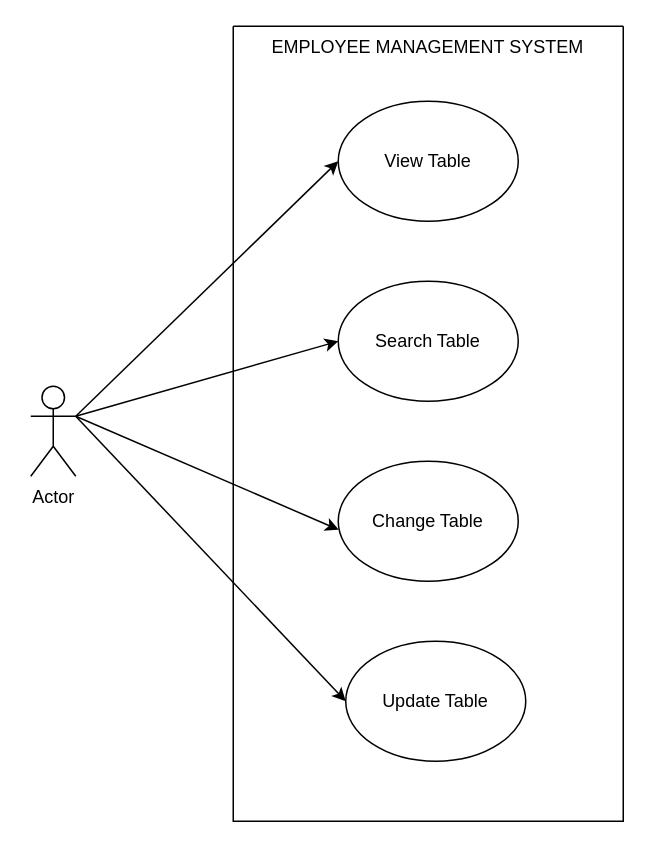
Earlier version of the draw.io diagram Diagram/UseCase.drawio (linnypham/CSC3350_project). Source tidied: cells renumbered, new cells numbered last; positions are measured from the earlier drawing's top-left corner, leaving out a move shared by most shapes. Both pictures are drawn from the tidied source at 150%, with x=0, y=0 at pixel (30, 26).
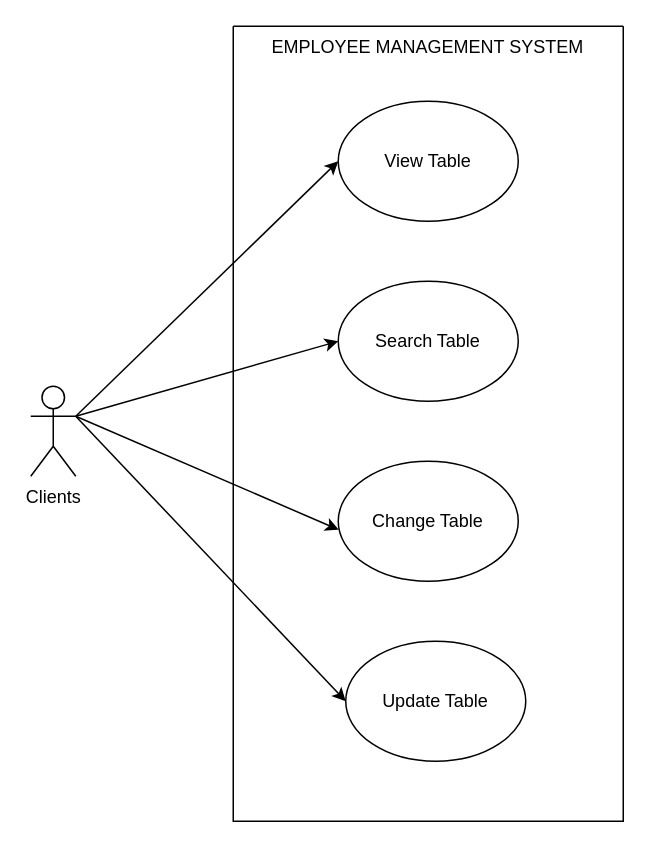
Above is the later version.

Diff of the diagram source:
```diff
@@
 <mxGraphModel>
   <root>
     <mxCell id="0" />
     <mxCell id="1" parent="0" />
-    <mxCell id="2" value="Actor" style="shape=umlActor;verticalLabelPosition=bottom;verticalAlign=top;html=1;outlineConnect=0;" parent="1" vertex="1">
+    <mxCell id="2" value="Clients" style="shape=umlActor;verticalLabelPosition=bottom;verticalAlign=top;html=1;outlineConnect=0;" parent="1" vertex="1">
       <mxGeometry y="240" width="30" height="60" as="geometry" />
     </mxCell>
     <mxCell id="3" style="swimlane;startSize=0;" parent="1" vertex="1">
       <mxGeometry x="135" width="260" height="530" as="geometry" />
     </mxCell>
     <mxCell id="4" value="EMPLOYEE MANAGEMENT SYSTEM" style="text;strokeColor=none;fillColor=none;align=left;verticalAlign=top;spacingLeft=4;spacingRight=4;overflow=hidden;whiteSpace=wrap;html=1;" parent="3" vertex="1">
       <mxGeometry x="20" width="220" height="26" as="geometry" />
     </mxCell>
     <mxCell id="5" value="View Table" style="ellipse;whiteSpace=wrap;html=1;" parent="3" vertex="1">
       <mxGeometry x="70" y="50" width="120" height="80" as="geometry" />
     </mxCell>
     <mxCell id="6" value="Search Table" style="ellipse;whiteSpace=wrap;html=1;" parent="3" vertex="1">
       <mxGeometry x="70" y="170" width="120" height="80" as="geometry" />
     </mxCell>
     <mxCell id="7" value="Change Table" style="ellipse;whiteSpace=wrap;html=1;" parent="3" vertex="1">
       <mxGeometry x="70" y="290" width="120" height="80" as="geometry" />
     </mxCell>
     <mxCell id="8" value="Update Table" style="ellipse;whiteSpace=wrap;html=1;" parent="3" vertex="1">
       <mxGeometry x="75" y="410" width="120" height="80" as="geometry" />
     </mxCell>
     <mxCell id="9" style="endArrow=classic;html=1;rounded=0;exitX=1;exitY=0.3333333333333333;exitDx=0;exitDy=0;exitPerimeter=0;entryX=0;entryY=0.5;entryDx=0;entryDy=0;" parent="1" edge="1" source="2" target="5">
       <mxGeometry relative="1" as="geometry" />
     </mxCell>
     <mxCell id="10" style="endArrow=classic;html=1;rounded=0;entryX=0;entryY=0.5;entryDx=0;entryDy=0;" parent="1" edge="1" target="6">
       <mxGeometry relative="1" as="geometry">
         <mxPoint x="30" y="260" as="sourcePoint" />
       </mxGeometry>
     </mxCell>
     <mxCell id="11" style="endArrow=classic;html=1;rounded=0;entryX=0.003;entryY=0.571;entryDx=0;entryDy=0;exitX=1;exitY=0.3333333333333333;exitDx=0;exitDy=0;exitPerimeter=0;entryPerimeter=0;" parent="1" edge="1" source="2" target="7">
       <mxGeometry relative="1" as="geometry" />
     </mxCell>
     <mxCell id="12" style="endArrow=classic;html=1;rounded=0;entryX=0;entryY=0.5;entryDx=0;entryDy=0;" parent="1" edge="1" target="8">
       <mxGeometry relative="1" as="geometry">
         <mxPoint x="30" y="260" as="sourcePoint" />
       </mxGeometry>
     </mxCell>
   </root>
 </mxGraphModel>
```
